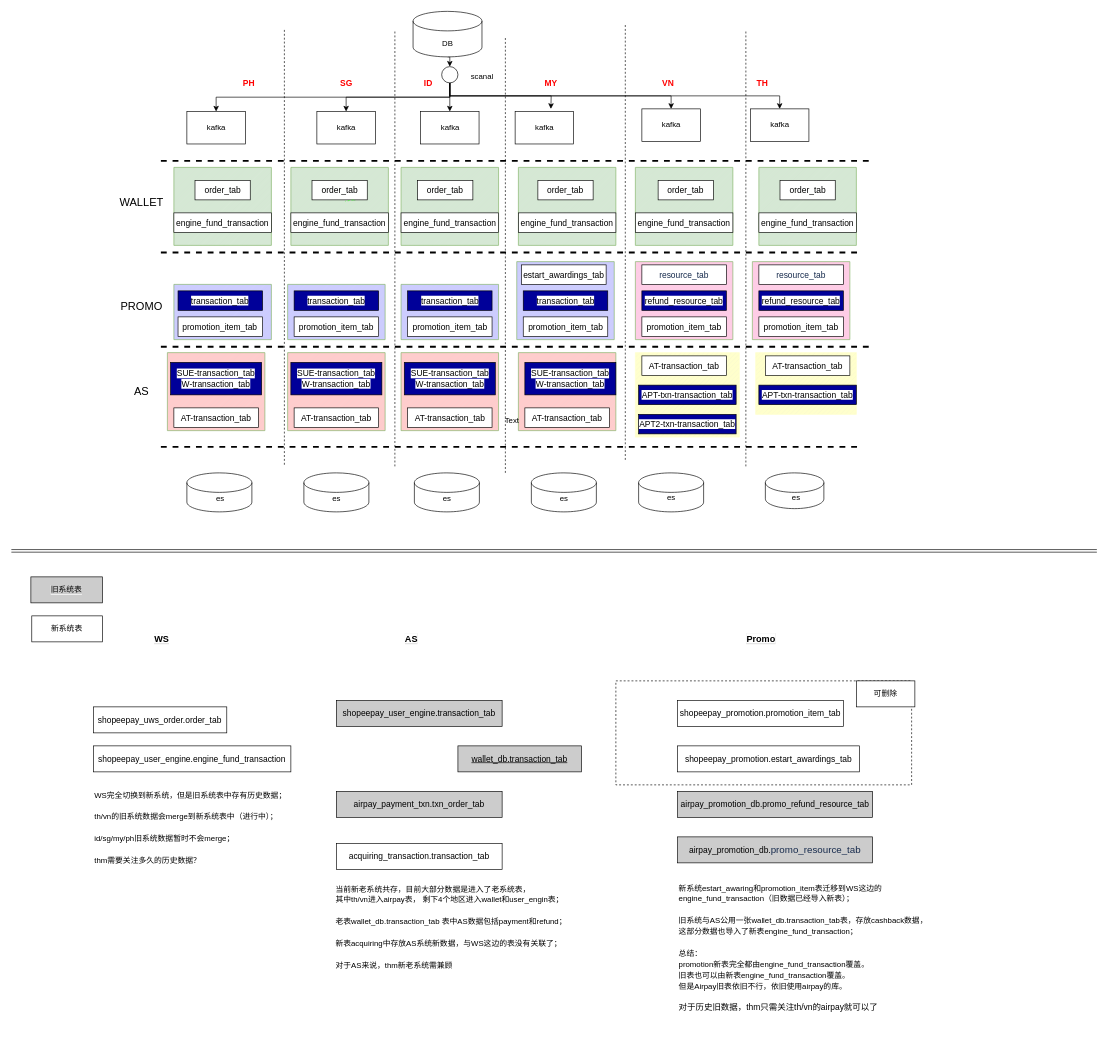
The draw.io diagram Untitled Diagram.drawio in LadyTao/learn, before the edit. Source tidied: cells renumbered, new cells numbered last; positions are measured from the earlier drawing's top-left corner, leaving out a move shared by most shapes. Both pictures are drawn from the tidied source at 65%, with x=0, y=0 at pixel (11, 11).
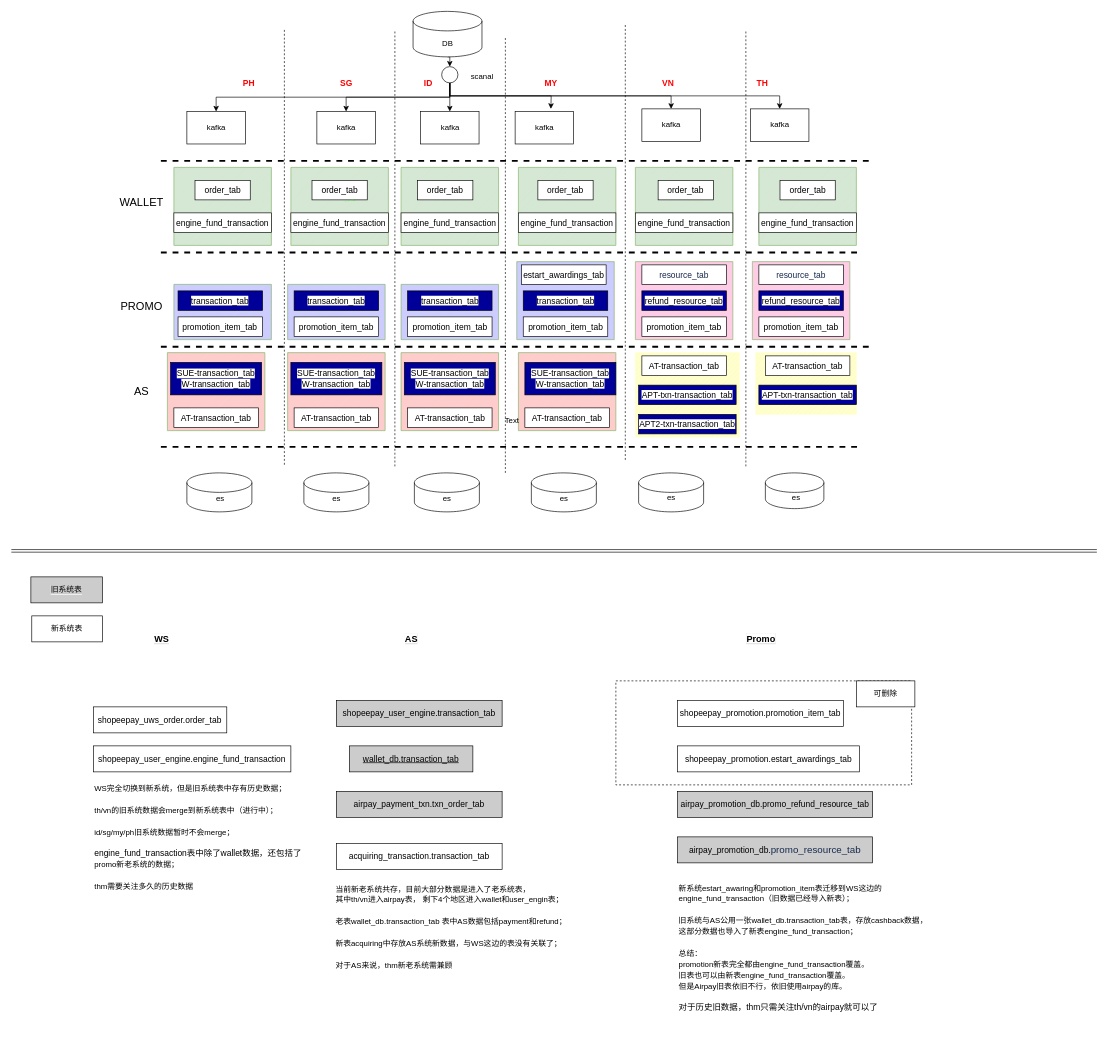
Above is the later version.

The edit, as a diff of the source:
```diff
@@
     <mxCell id="132" value="&lt;span style=&quot;background-color: rgb(204, 204, 204);&quot;&gt;&lt;u&gt;&lt;span style=&quot;font-family: Arial; font-size: 13px; text-align: left;&quot;&gt;wallet_db&lt;/span&gt;&lt;span style=&quot;font-family: Arial; font-size: 13px; text-align: left;&quot;&gt;.&lt;/span&gt;&lt;span style=&quot;font-family: Arial; font-size: 13px; text-align: left;&quot;&gt;transaction_tab&lt;/span&gt;&lt;/u&gt;&lt;/span&gt;" style="rounded=0;whiteSpace=wrap;html=1;fillColor=#CCCCCC;" parent="1" vertex="1">
-      <mxGeometry x="687" y="1130" width="190" height="40" as="geometry" />
+      <mxGeometry x="520" y="1130" width="190" height="40" as="geometry" />
     </mxCell>
@@
-    <mxCell id="142" value="&lt;font style=&quot;font-size: 12px;&quot;&gt;WS完全切换到新系统，但是旧系统表中存有历史数据；&lt;br&gt;&lt;br&gt;th/vn的旧系统数据会merge到新系统表中（进行中）；&lt;br&gt;&lt;br&gt;id/sg/my/ph旧系统数据暂时不会merge；&lt;br&gt;&lt;br&gt;thm需要关注多久的历史数据？&lt;br&gt;&lt;/font&gt;" style="text;html=1;align=left;verticalAlign=middle;fillColor=none;strokeColor=none;rounded=0;labelBackgroundColor=#FFFFFF;fontSize=14;fontColor=#000000;" parent="1" vertex="1">
-      <mxGeometry x="126.4" y="1190" width="320" height="130" as="geometry" />
+    <mxCell id="142" value="&lt;font style=&quot;font-size: 12px;&quot;&gt;WS完全切换到新系统，但是旧系统表中存有历史数据；&lt;br&gt;&lt;br&gt;th/vn的旧系统数据会merge到新系统表中（进行中）；&lt;br&gt;&lt;br&gt;id/sg/my/ph旧系统数据暂时不会merge；&lt;br&gt;&lt;br&gt;&lt;span style=&quot;font-family: Arial; font-size: 13px;&quot;&gt;engine_fund_transaction表中除了wallet数据，还包括了&lt;br&gt;&lt;/span&gt;promo新老系统的数据；&lt;br&gt;&lt;br&gt;thm需要关注多久的历史数据&lt;br&gt;&lt;/font&gt;" style="text;html=1;align=left;verticalAlign=middle;fillColor=none;strokeColor=none;rounded=0;labelBackgroundColor=#FFFFFF;fontSize=14;fontColor=#000000;" parent="1" vertex="1">
+      <mxGeometry x="126.4" y="1180" width="340" height="180" as="geometry" />
     </mxCell>
```
